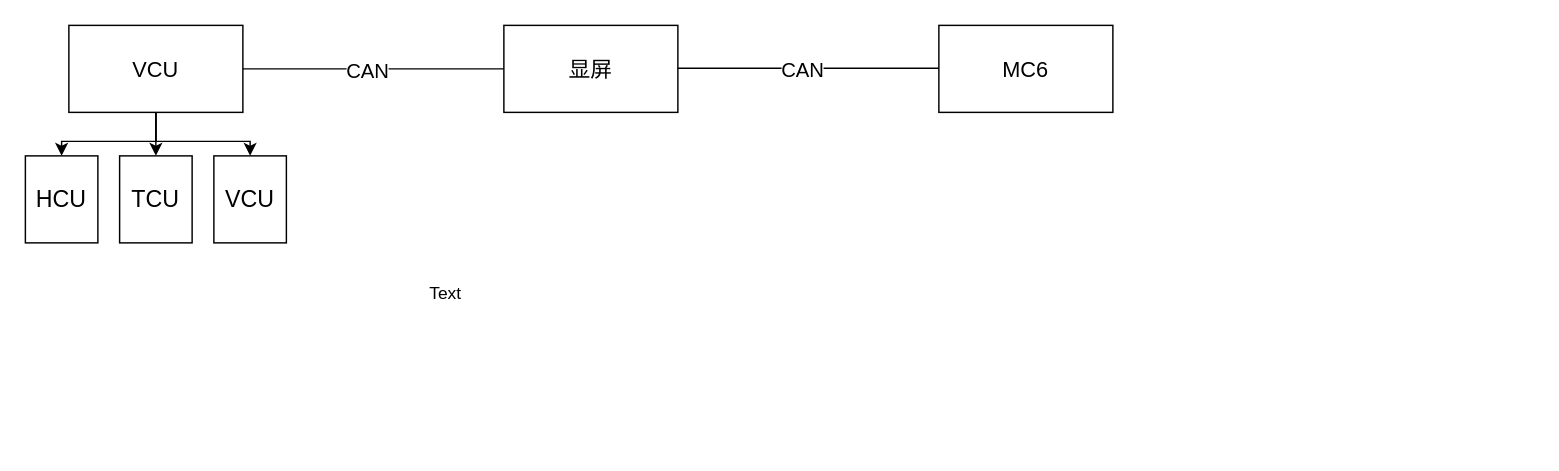
Hanye1108/drawio keeps this draw.io diagram as unis_常发.drawio. Above is the earlier version. Source tidied: cells renumbered, new cells numbered last; positions are measured from the earlier drawing's top-left corner, leaving out a move shared by most shapes. Both pictures are drawn from the tidied source at 145%, with x=0, y=0 at pixel (25, 25). Pictures stored in the file or linked from it are replaced by grey dashed boxes.
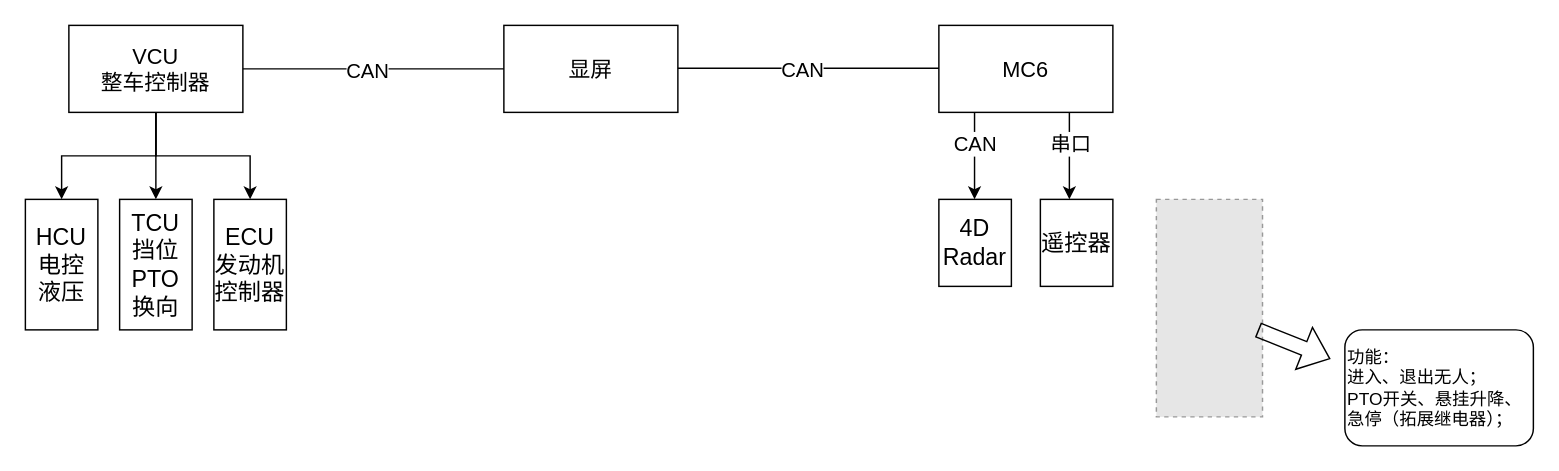
After the change.

Change to the diagram source:
```diff
@@
-    <mxCell id="4" value="&lt;font style=&quot;font-size: 15px;&quot;&gt;VCU&lt;/font&gt;" style="rounded=0;whiteSpace=wrap;html=1;" parent="1" vertex="1">
+    <mxCell id="4" value="&lt;font style=&quot;font-size: 15px;&quot;&gt;VCU&lt;br&gt;整车控制器&lt;/font&gt;" style="rounded=0;whiteSpace=wrap;html=1;" parent="1" vertex="1">
       <mxGeometry x="30" width="120" height="60" as="geometry" />
     </mxCell>
-    <mxCell id="5" value="&lt;font style=&quot;font-size: 16px;&quot;&gt;HCU&lt;/font&gt;" style="rounded=0;whiteSpace=wrap;html=1;" parent="1" vertex="1">
-      <mxGeometry y="90" width="50" height="60" as="geometry" />
+    <mxCell id="5" value="&lt;font style=&quot;font-size: 16px;&quot;&gt;HCU&lt;br&gt;电控&lt;br&gt;液压&lt;/font&gt;" style="rounded=0;whiteSpace=wrap;html=1;" parent="1" vertex="1">
+      <mxGeometry y="120" width="50" height="90" as="geometry" />
     </mxCell>
-    <mxCell id="6" value="&lt;font style=&quot;font-size: 16px;&quot;&gt;TCU&lt;/font&gt;" style="rounded=0;whiteSpace=wrap;html=1;" parent="1" vertex="1">
-      <mxGeometry x="65" y="90" width="50" height="60" as="geometry" />
+    <mxCell id="6" value="&lt;font style=&quot;font-size: 16px;&quot;&gt;TCU&lt;br&gt;挡位&lt;br&gt;PTO&lt;br&gt;换向&lt;/font&gt;" style="rounded=0;whiteSpace=wrap;html=1;" parent="1" vertex="1">
+      <mxGeometry x="65" y="120" width="50" height="90" as="geometry" />
     </mxCell>
-    <mxCell id="7" value="&lt;font style=&quot;font-size: 16px;&quot;&gt;VCU&lt;/font&gt;" style="rounded=0;whiteSpace=wrap;html=1;" parent="1" vertex="1">
-      <mxGeometry x="130" y="90" width="50" height="60" as="geometry" />
+    <mxCell id="7" value="&lt;font style=&quot;font-size: 16px;&quot;&gt;ECU&lt;br&gt;发动机控制器&lt;/font&gt;" style="rounded=0;whiteSpace=wrap;html=1;" parent="1" vertex="1">
+      <mxGeometry x="130" y="120" width="50" height="90" as="geometry" />
     </mxCell>
@@
-    <mxCell id="14" style="edgeStyle=orthogonalEdgeStyle;rounded=0;jettySize=auto;html=1;exitX=0.5;exitY=1;exitDx=0;exitDy=0;" parent="1" edge="1" source="4">
-      <mxGeometry relative="1" as="geometry">
-        <mxPoint x="90" y="90" as="targetPoint" />
-      </mxGeometry>
+    <mxCell id="14" style="edgeStyle=orthogonalEdgeStyle;rounded=0;jettySize=auto;html=1;exitX=0.5;exitY=1;exitDx=0;exitDy=0;entryX=0.5;entryY=0;entryDx=0;entryDy=0;" parent="1" edge="1" source="4" target="6">
+      <mxGeometry relative="1" as="geometry" />
     </mxCell>
-    <mxCell id="15" value="Text" style="text;html=1;whiteSpace=wrap;strokeColor=none;fillColor=none;align=center;verticalAlign=middle;rounded=0;" parent="1" vertex="1">
-      <mxGeometry x="260" y="170" width="60" height="30" as="geometry" />
-    </mxCell>
+    <mxCell id="16" value="&lt;font style=&quot;font-size: 16px;&quot;&gt;4D&lt;br&gt;Radar&lt;/font&gt;" style="rounded=0;whiteSpace=wrap;html=1;" parent="1" vertex="1">
+      <mxGeometry x="630" y="120" width="50" height="60" as="geometry" />
+    </mxCell>
+    <mxCell id="17" value="&lt;span style=&quot;font-size: 16px;&quot;&gt;遥控器&lt;/span&gt;" style="rounded=0;whiteSpace=wrap;html=1;" parent="1" vertex="1">
+      <mxGeometry x="700" y="120" width="50" height="60" as="geometry" />
+    </mxCell>
+    <mxCell id="18" style="endArrow=classic;html=1;rounded=0;exitX=0.25;exitY=1;exitDx=0;exitDy=0;" parent="1" edge="1">
+      <mxGeometry relative="1" as="geometry">
+        <mxPoint x="654.6" y="60" as="sourcePoint" />
+        <mxPoint x="654.6" y="120" as="targetPoint" />
+      </mxGeometry>
+    </mxCell>
+    <mxCell id="19" value="CAN" style="edgeLabel;html=1;align=center;verticalAlign=middle;fontSize=14;" parent="18" vertex="1">
+      <mxGeometry x="-0.18" relative="1" as="geometry">
+        <mxPoint y="-4" as="offset" />
+      </mxGeometry>
+    </mxCell>
+    <mxCell id="20" style="endArrow=classic;html=1;rounded=0;exitX=0.25;exitY=1;exitDx=0;exitDy=0;" parent="1" edge="1">
+      <mxGeometry relative="1" as="geometry">
+        <mxPoint x="720" y="60" as="sourcePoint" />
+        <mxPoint x="720" y="120" as="targetPoint" />
+      </mxGeometry>
+    </mxCell>
+    <mxCell id="21" value="串口" style="edgeLabel;html=1;align=center;verticalAlign=middle;fontSize=14;" parent="20" vertex="1">
+      <mxGeometry x="-0.24" relative="1" as="geometry">
+        <mxPoint y="-2" as="offset" />
+      </mxGeometry>
+    </mxCell>
+    <mxCell id="22" style="fillColor=#E6E6E6;strokeColor=#999999;dashed=1;verticalLabelPosition=bottom;labelBackgroundColor=default;verticalAlign=top;" parent="1" vertex="1">
+      <mxGeometry x="780" y="120" width="73.2" height="150" as="geometry" />
+    </mxCell>
+    <mxCell id="23" style="shape=flexArrow;endArrow=classic;html=1;rounded=0;" parent="1" edge="1">
+      <mxGeometry relative="1" as="geometry">
+        <mxPoint x="850" y="210" as="sourcePoint" />
+        <mxPoint x="900" y="230" as="targetPoint" />
+        <Array as="points">
+          <mxPoint x="850" y="210" />
+        </Array>
+      </mxGeometry>
+    </mxCell>
+    <mxCell id="24" value="功能：&lt;br&gt;进入、退出无人；&lt;br&gt;PTO开关、悬挂升降、急停（拓展继电器）；" style="rounded=1;whiteSpace=wrap;html=1;align=left;" parent="1" vertex="1">
+      <mxGeometry x="910" y="210" width="130" height="80" as="geometry" />
+    </mxCell>
```
